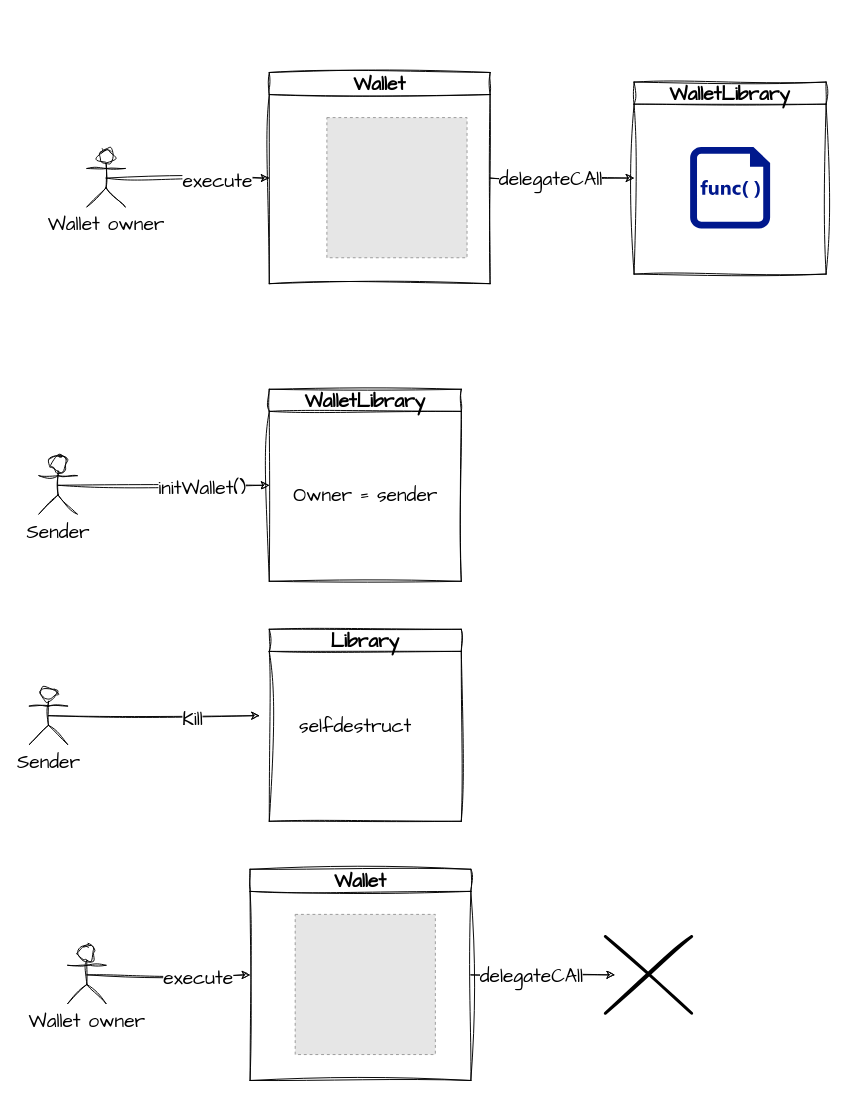
The draw.io diagram page "parity_wallet" (14 of 23) of schema/crypto-wallet.drawio in rya-sge/access-denied, before the edit. Source tidied: cells renumbered, new cells numbered last; positions are measured from the earlier drawing's top-left corner, leaving out a move shared by most shapes. Both pictures are drawn from the tidied source at 96%, with x=0, y=0 at pixel (29, 72). Pictures stored in the file or linked from it are replaced by grey dashed boxes.
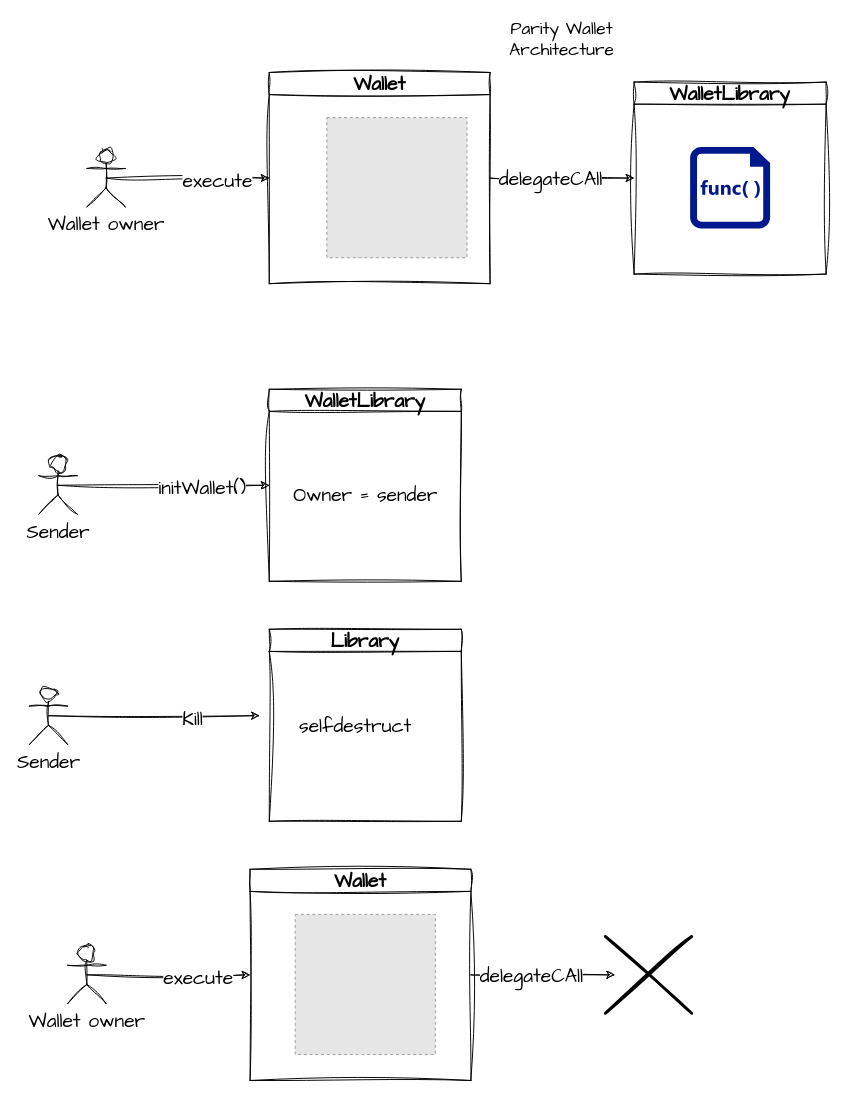
Above is the later version.

Diff of the diagram source:
```diff
@@
+    <mxCell id="29" value="Parity Wallet Architecture" style="text;html=1;strokeColor=none;fillColor=none;align=center;verticalAlign=middle;whiteSpace=wrap;rounded=0;sketch=0;hachureGap=4;jiggle=2;fontFamily=Architects Daughter;fontSize=18;" parent="1" vertex="1">
+      <mxGeometry x="460" y="-50" width="190" height="30" as="geometry" />
+    </mxCell>
```
